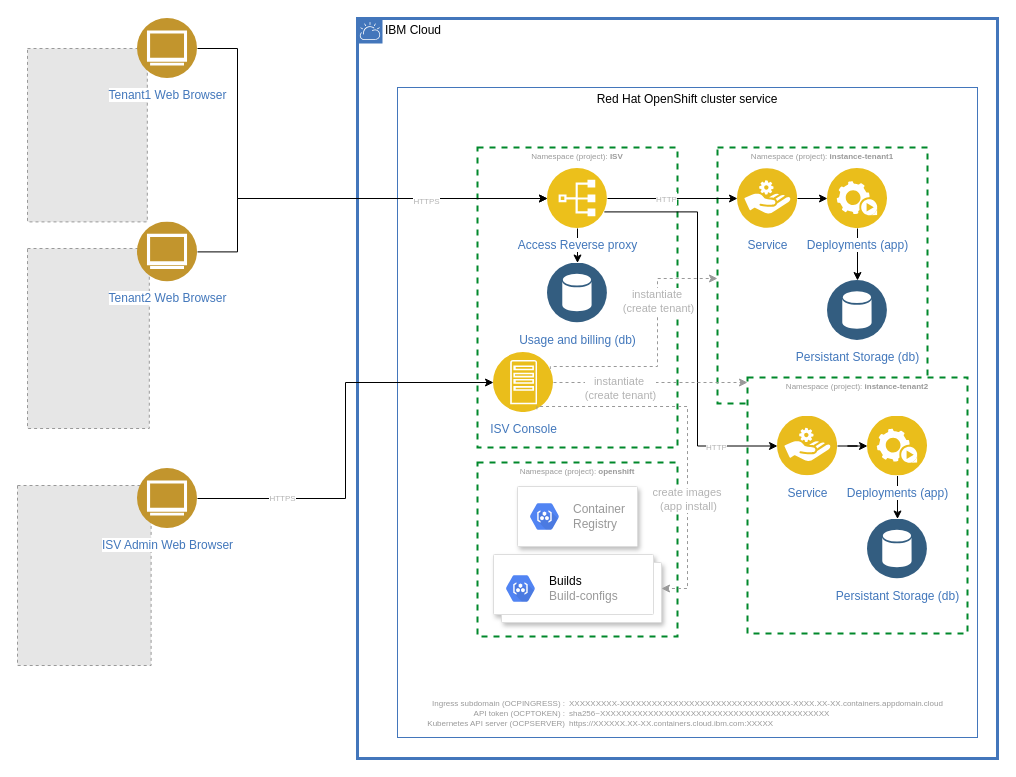
Above: documentation/docs/artefacts/arch.drawio in kleniu/openshift-multi-tenancy (draw.io), before the change. Source tidied: cells renumbered, new cells numbered last; positions are measured from the earlier drawing's top-left corner, leaving out a move shared by most shapes. Both pictures are drawn from the tidied source at 100%, with x=0, y=0 at pixel (17, 18). Pictures stored in the file or linked from it are replaced by grey dashed boxes.
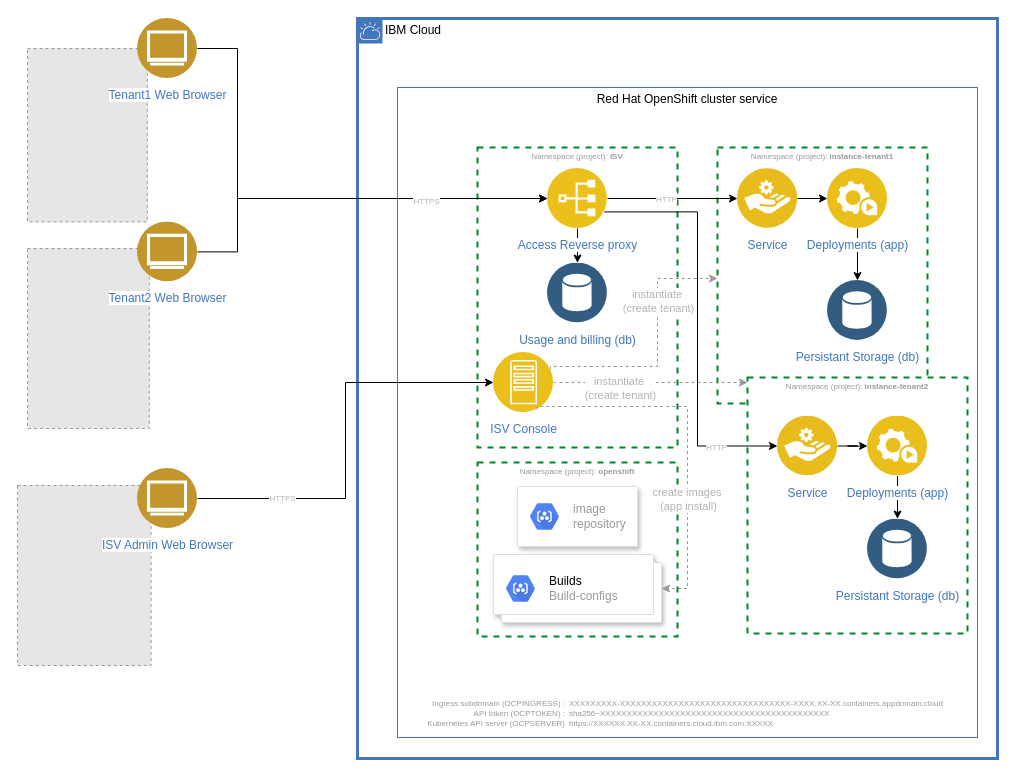
After the change.

The change refers to these unchanged cells:
```xml
<mxCell id="16" style="strokeColor=#dddddd;shadow=1;strokeWidth=1;rounded=1;absoluteArcSize=1;arcSize=2;" parent="15" vertex="1">
  <mxGeometry x="40" y="24" width="120" height="60" as="geometry" />
</mxCell>
```

Change to the diagram source:
```diff
@@
-    <mxCell id="17" value="Container&#10;Registry" style="sketch=0;dashed=0;html=1;fillColor=#5184F3;strokeColor=none;shape=mxgraph.gcp2.hexIcon;prIcon=container_registry;labelPosition=right;verticalLabelPosition=middle;align=left;verticalAlign=middle;spacingLeft=5;fontColor=#999999;fontSize=12;" parent="16" vertex="1">
+    <mxCell id="17" value="image &lt;br&gt;repository" style="sketch=0;dashed=0;html=1;fillColor=#5184F3;strokeColor=none;shape=mxgraph.gcp2.hexIcon;prIcon=container_registry;labelPosition=right;verticalLabelPosition=middle;align=left;verticalAlign=middle;spacingLeft=5;fontColor=#999999;fontSize=12;" parent="16" vertex="1">
       <mxGeometry y="0.5" width="44" height="39" relative="1" as="geometry">
         <mxPoint x="5" y="-19.5" as="offset" />
       </mxGeometry>
     </mxCell>
```
